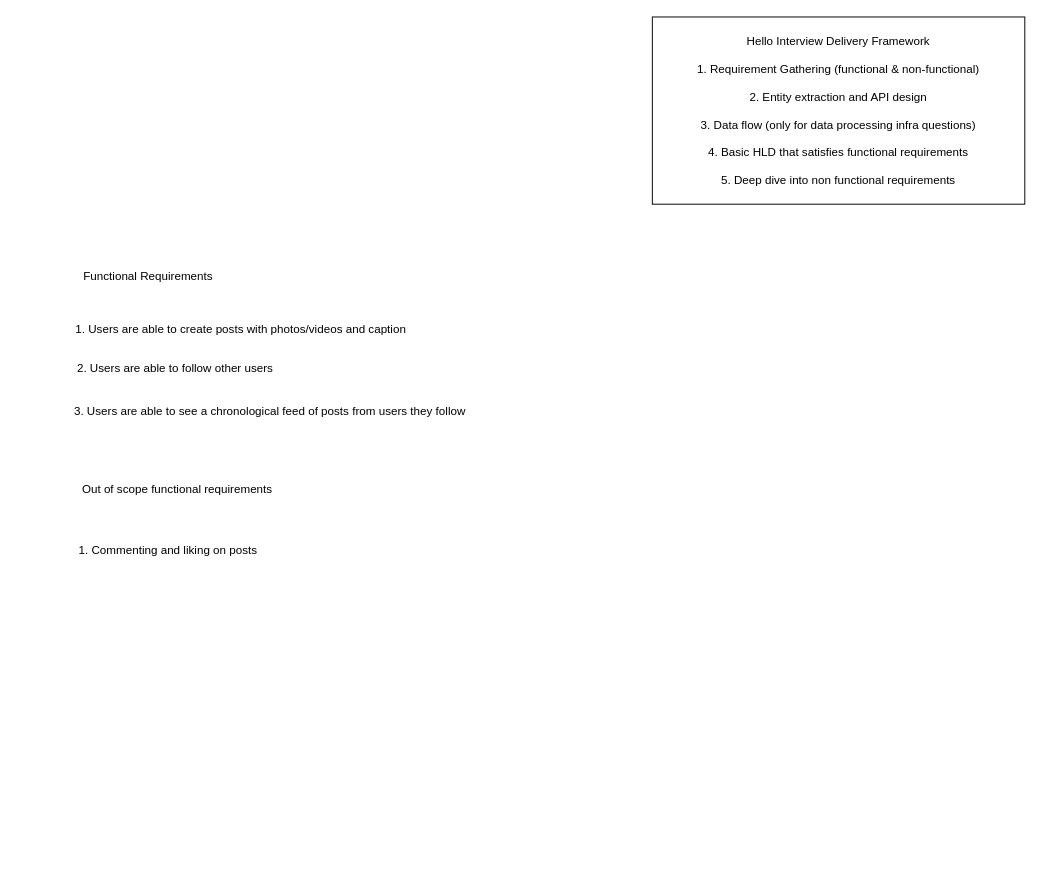
The draw.io diagram Instagram HLD.drawio in girikgarg8/Hello-Interview-HLD-Whiteboard-Practice, before the edit. Source tidied: cells renumbered, new cells numbered last; positions are measured from the earlier drawing's top-left corner, leaving out a move shared by most shapes. Both pictures are drawn from the tidied source at 97%, with x=0, y=0 at pixel (16, 16).
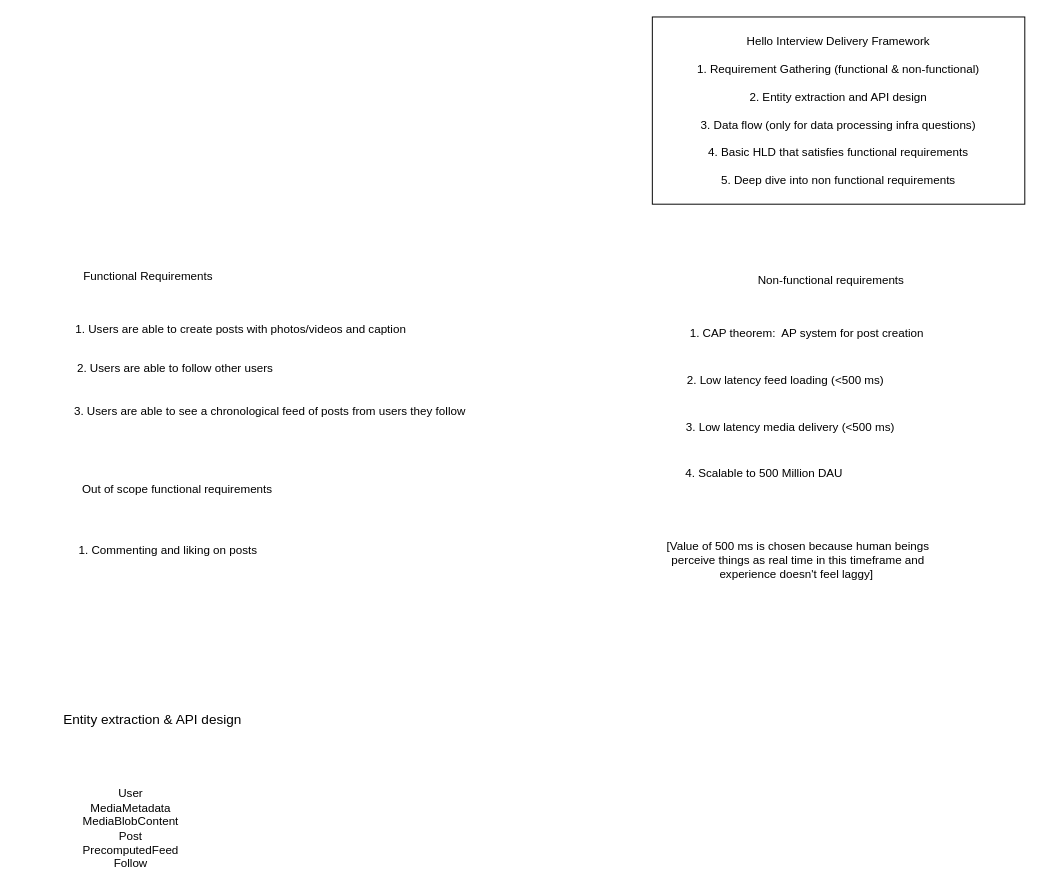
The same diagram, later.

What changed in the source:
```diff
@@
 <mxGraphModel>
   <root>
     <mxCell id="0" />
     <mxCell id="1" parent="0" />
     <mxCell id="2" value="Hello Interview Delivery Framework&lt;div&gt;&lt;br&gt;&lt;/div&gt;&lt;div&gt;1. Requirement Gathering (functional &amp;amp; non-functional)&lt;/div&gt;&lt;div&gt;&lt;br&gt;&lt;/div&gt;&lt;div&gt;2. Entity extraction and API design&lt;/div&gt;&lt;div&gt;&lt;br&gt;&lt;/div&gt;&lt;div&gt;3. Data flow (only for data processing infra questions)&lt;/div&gt;&lt;div&gt;&lt;br&gt;&lt;/div&gt;&lt;div&gt;4. Basic HLD that satisfies functional requirements&lt;/div&gt;&lt;div&gt;&lt;br&gt;&lt;/div&gt;&lt;div&gt;5. Deep dive into non functional requirements&lt;/div&gt;" style="rounded=0;whiteSpace=wrap;html=1;" parent="1" vertex="1">
       <mxGeometry x="655" width="384" height="193" as="geometry" />
     </mxCell>
     <mxCell id="3" value="Functional Requirements" style="text;html=1;whiteSpace=wrap;strokeColor=none;fillColor=none;align=center;verticalAlign=middle;rounded=0;" parent="1" vertex="1">
       <mxGeometry x="59" y="253" width="153" height="30" as="geometry" />
     </mxCell>
     <mxCell id="4" value="1. Users are able to create posts with photos/videos and caption" style="text;html=1;whiteSpace=wrap;strokeColor=none;fillColor=none;align=center;verticalAlign=middle;rounded=0;" parent="1" vertex="1">
       <mxGeometry x="21" y="307" width="420" height="30" as="geometry" />
     </mxCell>
     <mxCell id="5" value="2. Users are able to follow other users&amp;nbsp;" style="text;html=1;whiteSpace=wrap;strokeColor=none;fillColor=none;align=center;verticalAlign=middle;rounded=0;" parent="1" vertex="1">
       <mxGeometry y="348" width="330" height="30" as="geometry" />
     </mxCell>
     <mxCell id="6" value="3. Users are able to see a chronological feed of posts from users they follow" style="text;html=1;whiteSpace=wrap;strokeColor=none;fillColor=none;align=center;verticalAlign=middle;rounded=0;" parent="1" vertex="1">
       <mxGeometry x="43" y="392" width="436" height="30" as="geometry" />
     </mxCell>
     <mxCell id="7" value="Out of scope functional requirements" style="text;html=1;whiteSpace=wrap;strokeColor=none;fillColor=none;align=center;verticalAlign=middle;rounded=0;" parent="1" vertex="1">
       <mxGeometry x="49.5" y="472" width="231" height="30" as="geometry" />
     </mxCell>
     <mxCell id="8" value="1. Commenting and liking on posts" style="text;html=1;whiteSpace=wrap;strokeColor=none;fillColor=none;align=center;verticalAlign=middle;rounded=0;" parent="1" vertex="1">
       <mxGeometry x="49.5" y="535" width="211.5" height="30" as="geometry" />
     </mxCell>
+    <mxCell id="9" value="Non-functional requirements" style="text;html=1;whiteSpace=wrap;strokeColor=none;fillColor=none;align=center;verticalAlign=middle;rounded=0;" parent="1" vertex="1">
+      <mxGeometry x="745" y="257" width="189" height="30" as="geometry" />
+    </mxCell>
+    <mxCell id="10" value="1. CAP theorem:&amp;nbsp; AP system for post creation" style="text;html=1;whiteSpace=wrap;strokeColor=none;fillColor=none;align=center;verticalAlign=middle;rounded=0;" parent="1" vertex="1">
+      <mxGeometry x="669" y="311" width="291" height="30" as="geometry" />
+    </mxCell>
+    <mxCell id="11" value="2. Low latency feed loading (&amp;lt;500 ms)" style="text;html=1;whiteSpace=wrap;strokeColor=none;fillColor=none;align=center;verticalAlign=middle;rounded=0;" parent="1" vertex="1">
+      <mxGeometry x="647" y="360" width="291" height="30" as="geometry" />
+    </mxCell>
+    <mxCell id="12" value="3. Low latency media delivery (&amp;lt;500 ms)" style="text;html=1;whiteSpace=wrap;strokeColor=none;fillColor=none;align=center;verticalAlign=middle;rounded=0;" parent="1" vertex="1">
+      <mxGeometry x="652" y="408" width="291" height="30" as="geometry" />
+    </mxCell>
+    <mxCell id="13" value="4. Scalable to 500 Million DAU" style="text;html=1;whiteSpace=wrap;strokeColor=none;fillColor=none;align=center;verticalAlign=middle;rounded=0;" parent="1" vertex="1">
+      <mxGeometry x="625" y="456" width="291" height="30" as="geometry" />
+    </mxCell>
+    <mxCell id="14" value="[Value of 500 ms is chosen because human beings perceive things as real time in this timeframe and experience doesn't feel laggy]&amp;nbsp;" style="text;html=1;whiteSpace=wrap;strokeColor=none;fillColor=none;align=center;verticalAlign=middle;rounded=0;" parent="1" vertex="1">
+      <mxGeometry x="660" y="545" width="291" height="30" as="geometry" />
+    </mxCell>
+    <mxCell id="15" value="&lt;font style=&quot;font-size: 14px;&quot;&gt;Entity extraction &amp;amp; API design&lt;/font&gt;" style="text;html=1;whiteSpace=wrap;strokeColor=none;fillColor=none;align=center;verticalAlign=middle;rounded=0;" parent="1" vertex="1">
+      <mxGeometry x="41" y="709" width="198" height="30" as="geometry" />
+    </mxCell>
+    <mxCell id="16" value="User&lt;div&gt;MediaMetadata&lt;/div&gt;&lt;div&gt;MediaBlobContent&lt;/div&gt;&lt;div&gt;Post&lt;/div&gt;&lt;div&gt;PrecomputedFeed&lt;/div&gt;&lt;div&gt;Follow&lt;/div&gt;" style="text;html=1;whiteSpace=wrap;strokeColor=none;fillColor=none;align=center;verticalAlign=middle;rounded=0;" parent="1" vertex="1">
+      <mxGeometry x="46" y="785" width="143" height="104" as="geometry" />
+    </mxCell>
   </root>
 </mxGraphModel>
```
